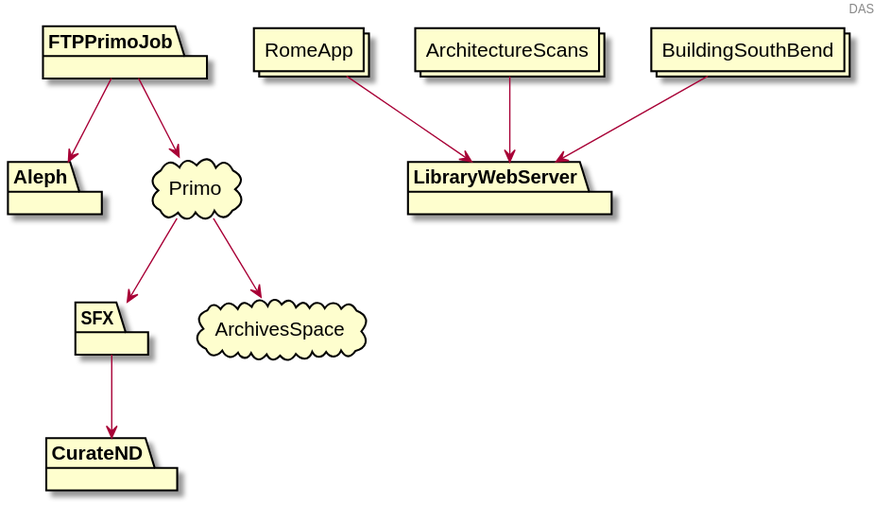
The PlantUML diagram plantuml/das.svg in ndlib/dam-ecosystem-mapping, before a commit.
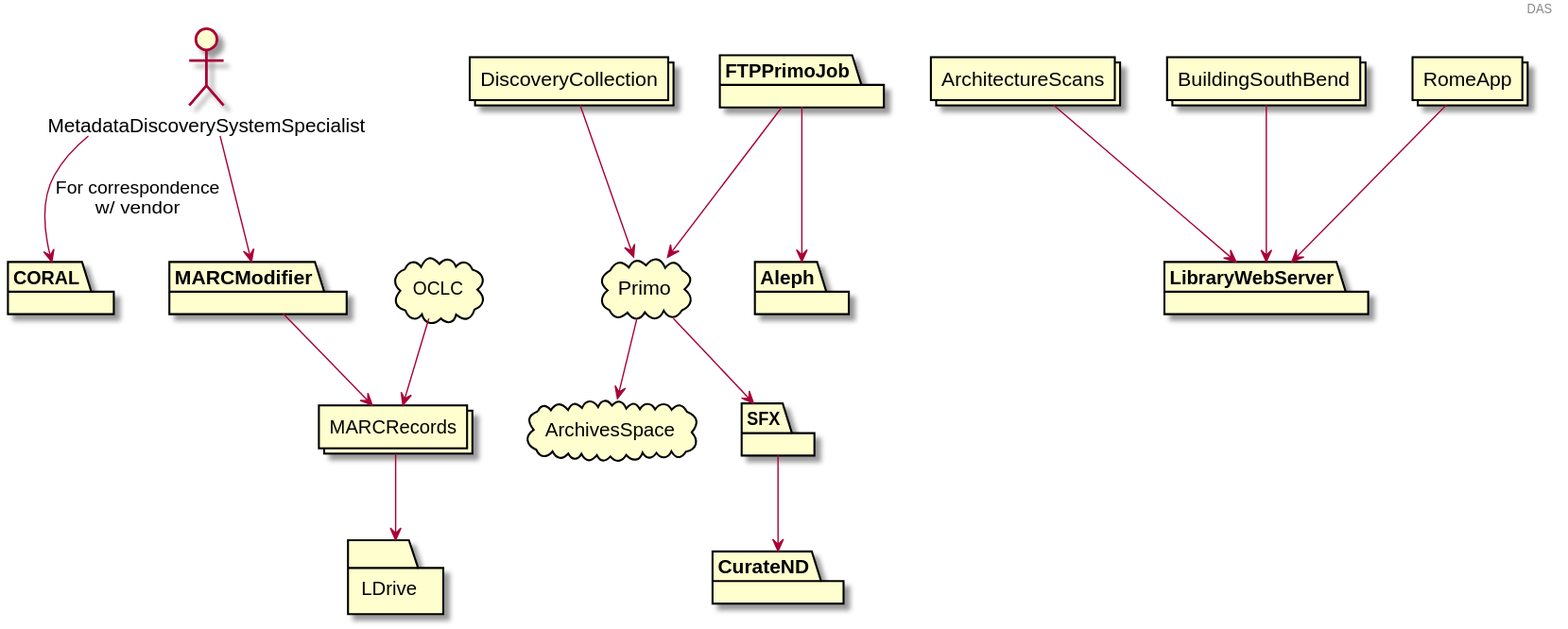
After the change.

What changed in the source:
```diff
@@ -2,27 +2,38 @@
 
 header DAS
 
+actor MetadataDiscoverySystemSpecialist
+cloud ArchivesSpace
+cloud OCLC
+cloud Primo
+collections ArchitectureScans
+collections BuildingSouthBend
+collections DiscoveryCollection
+collections MARCRecords
+collections RomeApp
+folder LDrive
 package Aleph
+package CORAL
+package CurateND
 package FTPPrimoJob
-cloud Primo
+package LibraryWebServer
+package MARCModifier
 package SFX
-package CurateND
-cloud ArchivesSpace
 
+ArchitectureScans --> LibraryWebServer
+BuildingSouthBend --> LibraryWebServer
+MetadataDiscoverySystemSpecialist --> MARCModifier
+MetadataDiscoverySystemSpecialist --> CORAL : For correspondence\nw/ vendor
+DiscoveryCollection --> Primo
 FTPPrimoJob --> Aleph
 FTPPrimoJob --> Primo
+MARCModifier --> MARCRecords
+MARCRecords --> LDrive
+OCLC --> MARCRecords
+Primo --> ArchivesSpace
 Primo --> SFX
-Primo --> ArchivesSpace
+RomeApp --> LibraryWebServer
 SFX --> CurateND
 
 
-package LibraryWebServer
-collections RomeApp
-collections ArchitectureScans
-collections BuildingSouthBend
-
-RomeApp --> LibraryWebServer
-ArchitectureScans --> LibraryWebServer
-BuildingSouthBend --> LibraryWebServer
-
 @enduml
```
